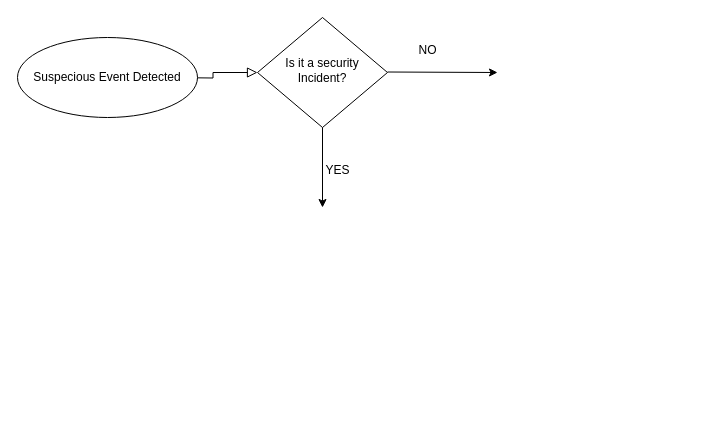
Before: Untitled Diagram.drawio in Harvey-Sijenyi/Incident-Response-Plan, a draw.io diagram. Source tidied: cells renumbered, new cells numbered last; positions are measured from the earlier drawing's top-left corner, leaving out a move shared by most shapes. Both pictures are drawn from the tidied source at 100%, with x=0, y=0 at pixel (17, 17).
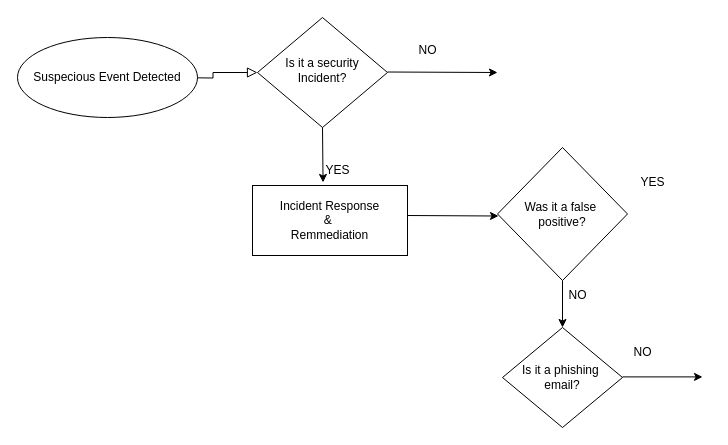
The same page after the edit.

The change refers to these unchanged cells:
```xml
<mxCell id="3" value="Is it a security Incident?" style="rhombus;whiteSpace=wrap;html=1;shadow=0;fontFamily=Helvetica;fontSize=12;align=center;strokeWidth=1;spacing=6;spacingTop=-4;" parent="1" vertex="1">
  <mxGeometry x="240" width="130" height="110" as="geometry" />
</mxCell>
<mxCell id="7" value="YES" style="text;html=1;align=center;verticalAlign=middle;points=[];strokeColor=none;fillColor=none;" parent="1" vertex="1">
  <mxGeometry x="295" y="138" width="50" height="30" as="geometry" />
</mxCell>
```

Diff of the diagram source:
```diff
@@
-    <mxCell id="6" style="endArrow=classic;html=1;rounded=0;exitX=0.5;exitY=1;exitDx=0;exitDy=0;" parent="1" edge="1" source="3">
-      <mxGeometry relative="1" as="geometry">
-        <mxPoint x="305" y="190" as="targetPoint" />
-      </mxGeometry>
+    <mxCell id="6" style="endArrow=classic;html=1;rounded=0;exitX=0.5;exitY=1;exitDx=0;exitDy=0;entryX=0.211;entryY=0.898;entryDx=0;entryDy=0;entryPerimeter=0;" parent="1" edge="1" source="3" target="7">
+      <mxGeometry relative="1" as="geometry" />
     </mxCell>
@@
+    <mxCell id="9" value="Incident Response&lt;div&gt;&amp;amp;&amp;nbsp;&lt;/div&gt;&lt;div&gt;Remmediation&lt;/div&gt;" style="rounded=0;whiteSpace=wrap;html=1;" parent="1" vertex="1">
+      <mxGeometry x="235" y="168" width="155" height="70" as="geometry" />
+    </mxCell>
+    <mxCell id="10" value="Was it a false&amp;nbsp;&lt;div&gt;positive?&lt;/div&gt;" style="rhombus;whiteSpace=wrap;html=1;" parent="1" vertex="1">
+      <mxGeometry x="480" y="130" width="130" height="133" as="geometry" />
+    </mxCell>
+    <mxCell id="11" style="endArrow=classic;html=1;rounded=0;entryX=0;entryY=0.5;entryDx=0;entryDy=0;" parent="1" edge="1">
+      <mxGeometry relative="1" as="geometry">
+        <mxPoint x="390" y="198" as="sourcePoint" />
+        <mxPoint x="481" y="198.5" as="targetPoint" />
+      </mxGeometry>
+    </mxCell>
+    <mxCell id="12" value="YES" style="text;html=1;align=center;verticalAlign=middle;strokeColor=none;fillColor=none;" parent="1" vertex="1">
+      <mxGeometry x="610" y="150" width="50" height="30" as="geometry" />
+    </mxCell>
+    <mxCell id="13" style="endArrow=classic;html=1;rounded=0;exitX=0.5;exitY=1;exitDx=0;exitDy=0;" parent="1" edge="1" source="10" target="15">
+      <mxGeometry relative="1" as="geometry" />
+    </mxCell>
+    <mxCell id="14" value="NO" style="text;html=1;align=center;verticalAlign=middle;strokeColor=none;fillColor=none;" parent="1" vertex="1">
+      <mxGeometry x="540" y="263" width="40" height="30" as="geometry" />
+    </mxCell>
+    <mxCell id="15" value="Is it a phishing&amp;nbsp;&lt;div&gt;email?&lt;/div&gt;" style="rhombus;whiteSpace=wrap;html=1;" parent="1" vertex="1">
+      <mxGeometry x="485" y="310" width="120" height="100" as="geometry" />
+    </mxCell>
+    <mxCell id="16" style="endArrow=classic;html=1;rounded=0;" parent="1" edge="1">
+      <mxGeometry relative="1" as="geometry">
+        <mxPoint x="605" y="359.4" as="sourcePoint" />
+        <mxPoint x="685" y="359.4" as="targetPoint" />
+      </mxGeometry>
+    </mxCell>
+    <mxCell id="17" value="NO" style="text;html=1;align=center;verticalAlign=middle;strokeColor=none;fillColor=none;" parent="1" vertex="1">
+      <mxGeometry x="605" y="320" width="40" height="30" as="geometry" />
+    </mxCell>
```
